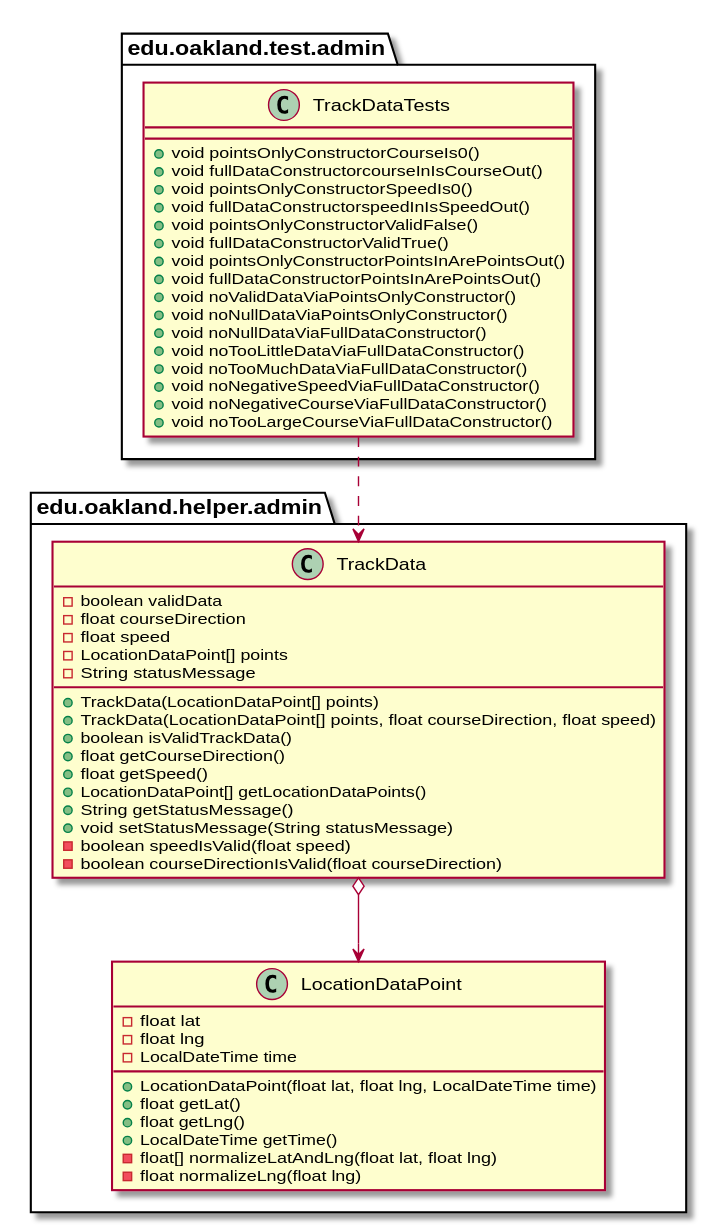
This is docs/uml-class-diagrams/admin/test/TrackDataTests/TrackDataTests_Closure.svg from casher-ou/csi-3370-software-project, a PlantUML export, as it was before one commit. The source it was exported from:
```plantuml
@startuml TrackDataTests_Closure


package edu.oakland.test.admin {
    class TrackDataTests {
        + void pointsOnlyConstructorCourseIs0()
        + void fullDataConstructorcourseInIsCourseOut()
        + void pointsOnlyConstructorSpeedIs0()
        + void fullDataConstructorspeedInIsSpeedOut()
        + void pointsOnlyConstructorValidFalse()
        + void fullDataConstructorValidTrue()
        + void pointsOnlyConstructorPointsInArePointsOut()
        + void fullDataConstructorPointsInArePointsOut()
        + void noValidDataViaPointsOnlyConstructor()
        + void noNullDataViaPointsOnlyConstructor()
        + void noNullDataViaFullDataConstructor()
        + void noTooLittleDataViaFullDataConstructor()
        + void noTooMuchDataViaFullDataConstructor()
        + void noNegativeSpeedViaFullDataConstructor()
        + void noNegativeCourseViaFullDataConstructor()
        + void noTooLargeCourseViaFullDataConstructor()
    }
}




package edu.oakland.helper.admin {
    class TrackData {
        - boolean validData
        - float courseDirection
        - float speed
        - LocationDataPoint[] points
        - String statusMessage
        + TrackData(LocationDataPoint[] points)
        + TrackData(LocationDataPoint[] points, float courseDirection, float speed)
        + boolean isValidTrackData()
        + float getCourseDirection()
        + float getSpeed()
        + LocationDataPoint[] getLocationDataPoints()
        + String getStatusMessage()
        + void setStatusMessage(String statusMessage)
        - boolean speedIsValid(float speed)
        - boolean courseDirectionIsValid(float courseDirection)
    }
}




package edu.oakland.helper.admin {
    class LocationDataPoint {
        - float lat
        - float lng
        - LocalDateTime time
        + LocationDataPoint(float lat, float lng, LocalDateTime time)
        + float getLat()
        + float getLng()
        + LocalDateTime getTime()
        - float[] normalizeLatAndLng(float lat, float lng)
        - float normalizeLng(float lng)
    }
}






TrackData o--> LocationDataPoint





TrackDataTests ..> TrackData



@enduml
```
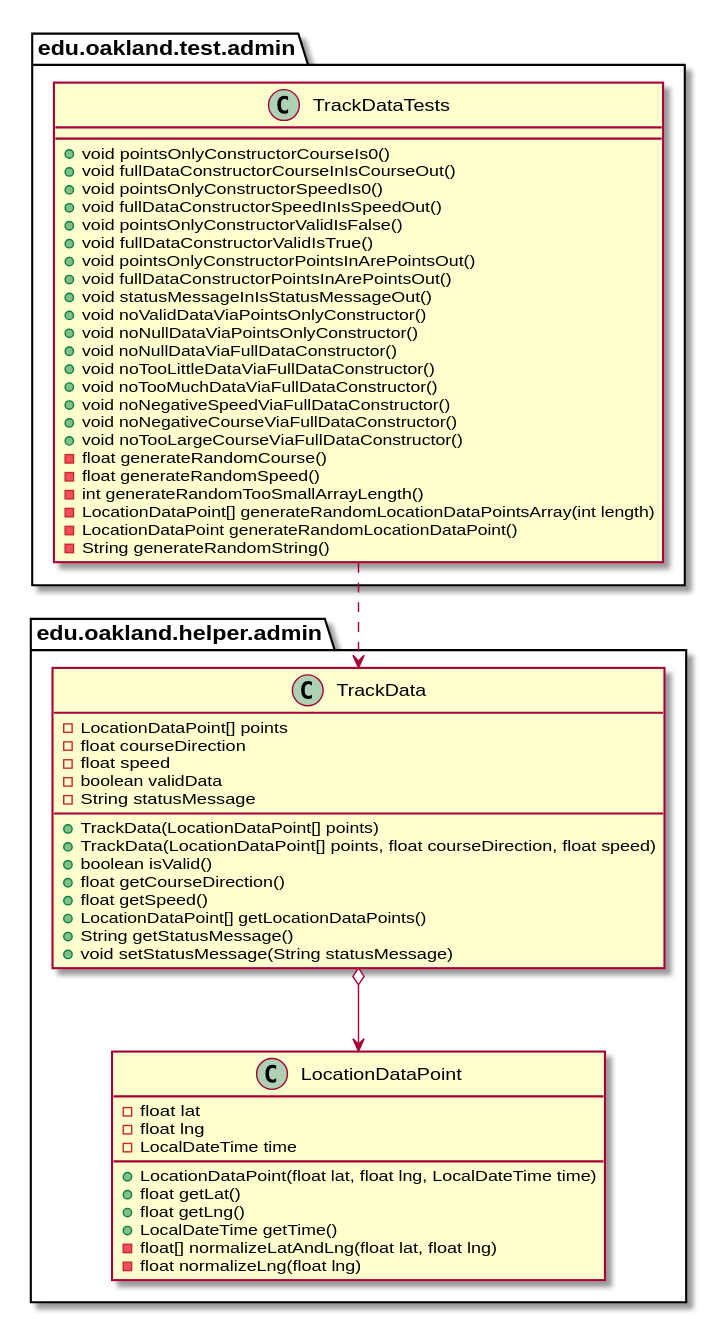
After the commit.

Change to the diagram source:
```diff
@@ -4,13 +4,14 @@
 package edu.oakland.test.admin {
     class TrackDataTests {
         + void pointsOnlyConstructorCourseIs0()
-        + void fullDataConstructorcourseInIsCourseOut()
+        + void fullDataConstructorCourseInIsCourseOut()
         + void pointsOnlyConstructorSpeedIs0()
-        + void fullDataConstructorspeedInIsSpeedOut()
-        + void pointsOnlyConstructorValidFalse()
-        + void fullDataConstructorValidTrue()
+        + void fullDataConstructorSpeedInIsSpeedOut()
+        + void pointsOnlyConstructorValidIsFalse()
+        + void fullDataConstructorValidIsTrue()
         + void pointsOnlyConstructorPointsInArePointsOut()
         + void fullDataConstructorPointsInArePointsOut()
+        + void statusMessageInIsStatusMessageOut()
         + void noValidDataViaPointsOnlyConstructor()
         + void noNullDataViaPointsOnlyConstructor()
         + void noNullDataViaFullDataConstructor()
@@ -19,6 +20,12 @@
         + void noNegativeSpeedViaFullDataConstructor()
         + void noNegativeCourseViaFullDataConstructor()
         + void noTooLargeCourseViaFullDataConstructor()
+        - float generateRandomCourse()
+        - float generateRandomSpeed()
+        - int generateRandomTooSmallArrayLength()
+        - LocationDataPoint[] generateRandomLocationDataPointsArray(int length)
+        - LocationDataPoint generateRandomLocationDataPoint()
+        - String generateRandomString()
     }
 }
 
@@ -27,21 +34,19 @@
 
 package edu.oakland.helper.admin {
     class TrackData {
-        - boolean validData
+        - LocationDataPoint[] points
         - float courseDirection
         - float speed
-        - LocationDataPoint[] points
+        - boolean validData
         - String statusMessage
         + TrackData(LocationDataPoint[] points)
         + TrackData(LocationDataPoint[] points, float courseDirection, float speed)
-        + boolean isValidTrackData()
+        + boolean isValid()
         + float getCourseDirection()
         + float getSpeed()
         + LocationDataPoint[] getLocationDataPoints()
         + String getStatusMessage()
         + void setStatusMessage(String statusMessage)
-        - boolean speedIsValid(float speed)
-        - boolean courseDirectionIsValid(float courseDirection)
     }
 }
 
```
